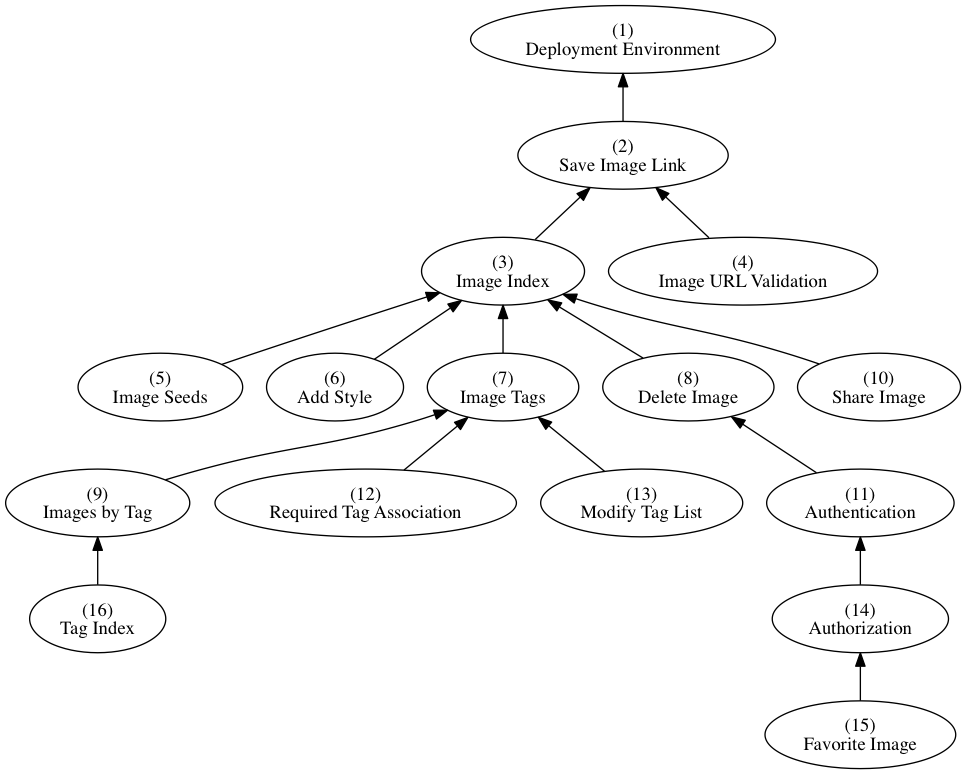
AppFolioOnboarding/tasks keeps this Graphviz diagram as dependencies.png. Above is the earlier version. Its source is kept beside it as dependencies.dot.
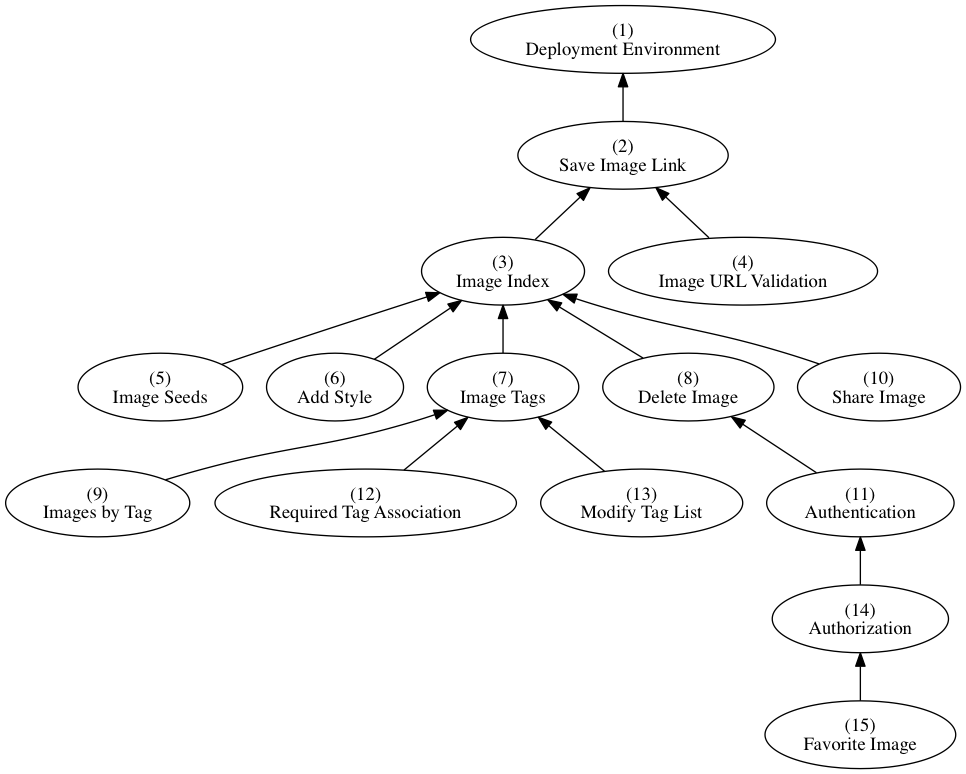
The same file after the commit.

Commit message:
Remove Tag Index from dependencies graph

The issue itself was removed in ca1f61b15321847f74c4681fb569858229a8dfe3

Change to the diagram source:
```diff
@@ -16,7 +16,6 @@
   "Modify Tag List" [label="(13)\nModify Tag List"]
   "Authorization" [label="(14)\nAuthorization"]
   "Favorite Image" [label="(15)\nFavorite Image"]
-  "Tag Index" [label="(16)\nTag Index"]
 
   "Add Style" -> "Image Index"
   "Authentication" -> "Delete Image"
@@ -32,5 +31,4 @@
   "Required Tag Association" -> "Image Tags"
   "Save Image Link" -> "Deployment Environment"
   "Share Image" -> "Image Index"
-  "Tag Index" -> "Images by Tag"
 }
```
